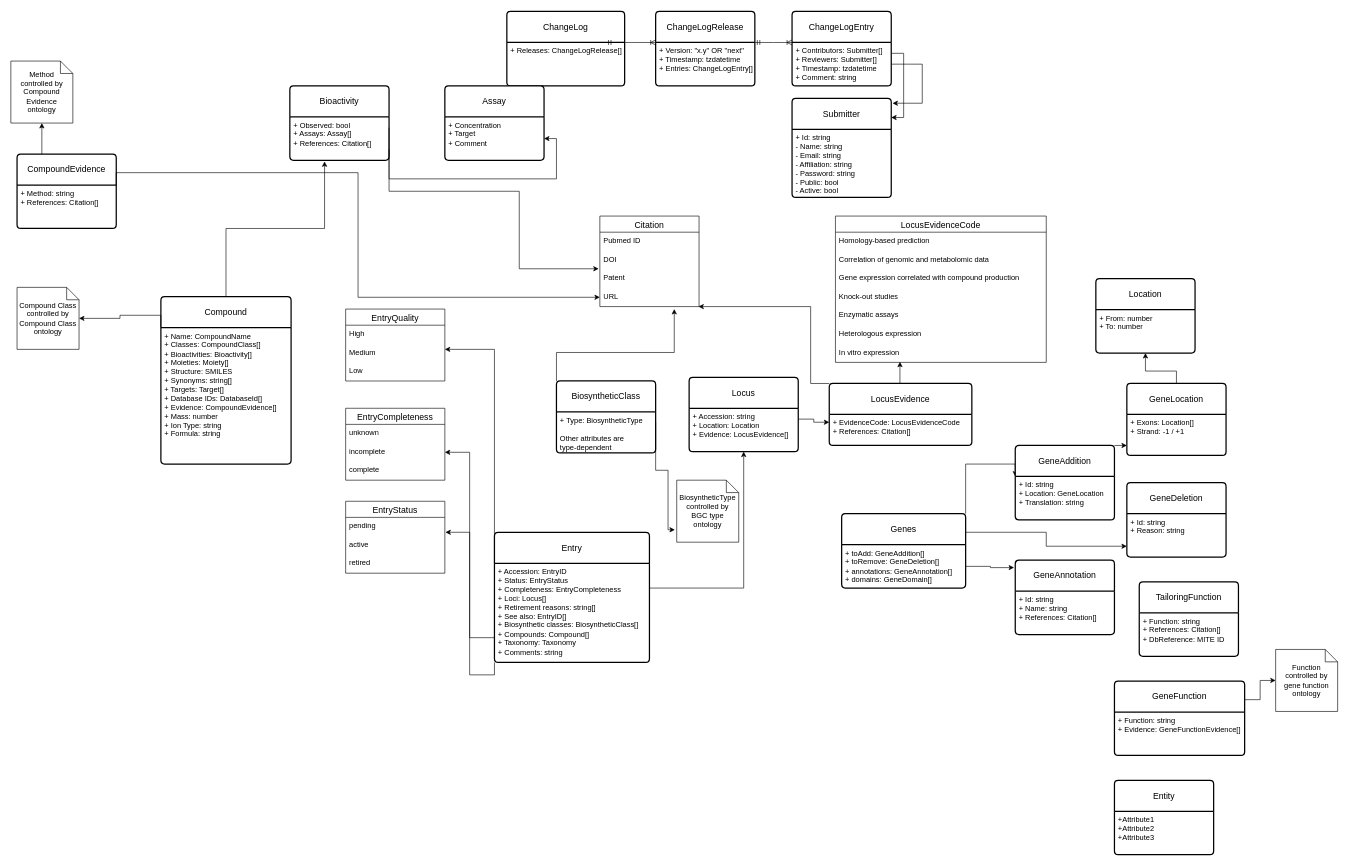
Earlier version of the draw.io diagram mibig.drawio (mibig-secmet/schema). Source tidied: cells renumbered, new cells numbered last; positions are measured from the earlier drawing's top-left corner, leaving out a move shared by most shapes. Both pictures are drawn from the tidied source at 62%, with x=0, y=0 at pixel (11, 11).
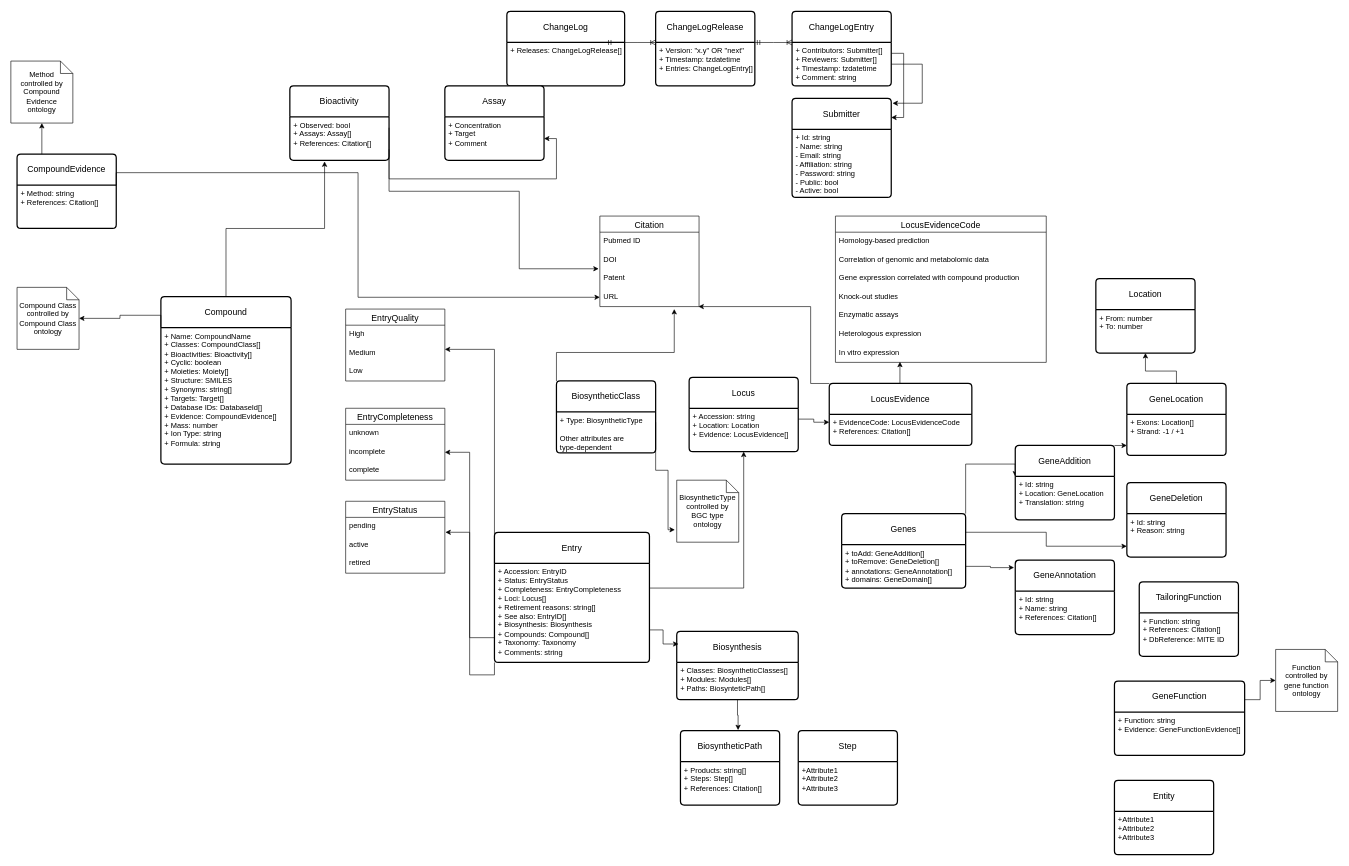
Above is the later version.

Unchanged cells that the change refers to:
```xml
<mxCell id="21" value="Entry" style="swimlane;horizontal=1;startSize=50;rounded=1;fontSize=14;fontStyle=0;strokeWidth=2;shadow=0;dashed=0;align=center;arcSize=4;whiteSpace=wrap;html=1;" parent="1" vertex="1">
  <mxGeometry x="780" y="840" width="250" height="210" as="geometry" />
</mxCell>
<mxCell id="63" value="Compound" style="swimlane;horizontal=1;startSize=50;rounded=1;fontSize=14;fontStyle=0;strokeWidth=2;shadow=0;dashed=0;align=center;arcSize=4;whiteSpace=wrap;html=1;" parent="1" vertex="1">
  <mxGeometry x="242" y="460" width="210" height="270" as="geometry" />
</mxCell>
```

What changed in the source:
```diff
@@
-    <mxCell id="22" value="+ Accession: EntryID&lt;br&gt;+ Status: EntryStatus&lt;br&gt;+ Completeness: EntryCompleteness&lt;br&gt;+ Loci: Locus[]&lt;br&gt;+ Retirement reasons: string[]&lt;br&gt;+ See also: EntryID[]&lt;br&gt;+ Biosynthetic classes: BiosyntheticClass[]&lt;br&gt;+ Compounds: Compound[]&lt;br&gt;+ Taxonomy: Taxonomy&lt;br&gt;+ Comments: string" style="align=left;strokeColor=none;fillColor=none;spacingLeft=4;fontSize=12;verticalAlign=top;html=1;" parent="21" vertex="1">
+    <mxCell id="22" value="+ Accession: EntryID&lt;br&gt;+ Status: EntryStatus&lt;br&gt;+ Completeness: EntryCompleteness&lt;br&gt;+ Loci: Locus[]&lt;br&gt;+ Retirement reasons: string[]&lt;br&gt;+ See also: EntryID[]&lt;br&gt;+ Biosynthesis: Biosynthesis&lt;br&gt;+ Compounds: Compound[]&lt;br&gt;+ Taxonomy: Taxonomy&lt;br&gt;+ Comments: string" style="align=left;strokeColor=none;fillColor=none;spacingLeft=4;fontSize=12;verticalAlign=top;html=1;" parent="21" vertex="1">
       <mxGeometry y="50" width="250" height="160" as="geometry" />
     </mxCell>
@@
-    <mxCell id="64" value="+ Name: CompoundName&lt;br&gt;+ Classes: CompoundClass[]&lt;br&gt;+ Bioactivities: Bioactivity[]&lt;br&gt;+ Moieties: Moiety[]&lt;br&gt;+ Structure: SMILES&lt;br&gt;+ Synonyms: string[]&lt;br&gt;+ Targets: Target[]&lt;br&gt;+ Database IDs: DatabaseId[]&lt;br&gt;+ Evidence: CompoundEvidence[]&lt;br&gt;+ Mass: number&lt;br&gt;+ Ion Type: string&lt;br&gt;+ Formula: string" style="align=left;strokeColor=none;fillColor=none;spacingLeft=4;fontSize=12;verticalAlign=top;html=1;" parent="63" vertex="1">
+    <mxCell id="64" value="+ Name: CompoundName&lt;br&gt;+ Classes: CompoundClass[]&lt;br&gt;+ Bioactivities: Bioactivity[]&lt;br&gt;+ Cyclic: boolean&lt;br&gt;+ Moieties: Moiety[]&lt;br&gt;+ Structure: SMILES&lt;br&gt;+ Synonyms: string[]&lt;br&gt;+ Targets: Target[]&lt;br&gt;+ Database IDs: DatabaseId[]&lt;br&gt;+ Evidence: CompoundEvidence[]&lt;br&gt;+ Mass: number&lt;br&gt;+ Ion Type: string&lt;br&gt;+ Formula: string" style="align=left;strokeColor=none;fillColor=none;spacingLeft=4;fontSize=12;verticalAlign=top;html=1;" parent="63" vertex="1">
       <mxGeometry y="50" width="210" height="220" as="geometry" />
     </mxCell>
@@
+    <mxCell id="98" value="Biosynthesis" style="swimlane;horizontal=1;startSize=50;rounded=1;fontSize=14;fontStyle=0;strokeWidth=2;shadow=0;dashed=0;align=center;arcSize=4;whiteSpace=wrap;html=1;" parent="1" vertex="1">
+      <mxGeometry x="1074" y="1000" width="196" height="110" as="geometry" />
+    </mxCell>
+    <mxCell id="99" value="+ Classes: BiosyntheticClasses[]&lt;br&gt;+ Modules: Modules[]&lt;br&gt;+ Paths: BiosynteticPath[]" style="align=left;strokeColor=none;fillColor=none;spacingLeft=4;fontSize=12;verticalAlign=top;html=1;" parent="98" vertex="1">
+      <mxGeometry y="50" width="196" height="60" as="geometry" />
+    </mxCell>
+    <mxCell id="100" style="edgeStyle=orthogonalEdgeStyle;rounded=0;jettySize=auto;html=1;exitX=1;exitY=0.75;exitDx=0;exitDy=0;entryX=0.014;entryY=0.184;entryDx=0;entryDy=0;entryPerimeter=0;" parent="1" edge="1" source="21" target="98">
+      <mxGeometry relative="1" as="geometry" />
+    </mxCell>
+    <mxCell id="101" value="BiosyntheticPath" style="swimlane;horizontal=1;startSize=50;rounded=1;fontSize=14;fontStyle=0;strokeWidth=2;shadow=0;dashed=0;align=center;arcSize=4;whiteSpace=wrap;html=1;" parent="1" vertex="1">
+      <mxGeometry x="1080" y="1160" width="160" height="120" as="geometry" />
+    </mxCell>
+    <mxCell id="102" value="+ Products: string[]&lt;br&gt;+ Steps: Step[]&lt;br&gt;+ References: Citation[]" style="align=left;strokeColor=none;fillColor=none;spacingLeft=4;fontSize=12;verticalAlign=top;html=1;" parent="101" vertex="1">
+      <mxGeometry y="50" width="160" height="70" as="geometry" />
+    </mxCell>
+    <mxCell id="103" style="edgeStyle=orthogonalEdgeStyle;rounded=0;jettySize=auto;html=1;exitX=0.5;exitY=1;exitDx=0;exitDy=0;entryX=0.581;entryY=-0.008;entryDx=0;entryDy=0;entryPerimeter=0;" parent="1" edge="1" source="99" target="101">
+      <mxGeometry relative="1" as="geometry" />
+    </mxCell>
+    <mxCell id="104" value="Step" style="swimlane;horizontal=1;startSize=50;rounded=1;fontSize=14;fontStyle=0;strokeWidth=2;shadow=0;dashed=0;align=center;arcSize=4;whiteSpace=wrap;html=1;" parent="1" vertex="1">
+      <mxGeometry x="1270" y="1160" width="160" height="120" as="geometry" />
+    </mxCell>
+    <mxCell id="105" value="+Attribute1&#10;+Attribute2&#10;+Attribute3" style="align=left;strokeColor=none;fillColor=none;spacingLeft=4;fontSize=12;verticalAlign=top;html=1;" parent="104" vertex="1">
+      <mxGeometry y="50" width="160" height="70" as="geometry" />
+    </mxCell>
```
